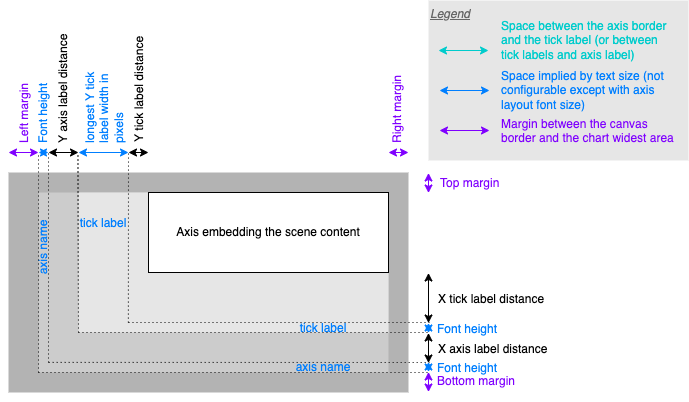
Above: jzy3d-core/src/main/java/org/jzy3d/plot3d/rendering/view/doc-files/layout2D.png in jzy3d/jzy3d-api (draw.io), before the change. Source tidied: cells renumbered, new cells last; positions are measured from the earlier drawing's top-left corner, leaving out a move shared by most shapes. The source it was exported from:
```xml
<mxGraphModel>
  <root>
    <mxCell id="0" />
    <mxCell id="1" parent="0" />
    <mxCell id="2" style="rounded=0;whiteSpace=wrap;html=1;fillColor=#B3B3B3;strokeColor=none;" parent="1" vertex="1">
      <mxGeometry x="19" y="172" width="400" height="220" as="geometry" />
    </mxCell>
    <mxCell id="3" style="rounded=0;whiteSpace=wrap;html=1;fillColor=#CCCCCC;strokeColor=none;" parent="1" vertex="1">
      <mxGeometry x="49" y="192" width="350" height="180" as="geometry" />
    </mxCell>
    <mxCell id="4" style="rounded=0;whiteSpace=wrap;html=1;fillColor=#E6E6E6;strokeColor=none;" parent="1" vertex="1">
      <mxGeometry x="89" y="192" width="310" height="140" as="geometry" />
    </mxCell>
    <mxCell id="5" value="Axis embedding the scene content" style="rounded=0;whiteSpace=wrap;html=1;" parent="1" vertex="1">
      <mxGeometry x="159" y="192" width="240" height="80" as="geometry" />
    </mxCell>
    <mxCell id="6" value="tick label" style="text;html=1;strokeColor=none;fillColor=none;align=center;verticalAlign=middle;whiteSpace=wrap;rounded=0;fontColor=#007FFF;" parent="1" vertex="1">
      <mxGeometry x="304" y="318" width="60" height="20" as="geometry" />
    </mxCell>
    <mxCell id="7" style="endArrow=classic;startArrow=classic;html=1;rounded=0;" parent="1" edge="1">
      <mxGeometry relative="1" as="geometry">
        <mxPoint x="439" y="322.5" as="sourcePoint" />
        <mxPoint x="439" y="272.5" as="targetPoint" />
      </mxGeometry>
    </mxCell>
    <mxCell id="8" style="endArrow=classic;startArrow=classic;html=1;rounded=0;fontColor=#808080;strokeColor=#007FFF;fillColor=#007FFF;" parent="1" edge="1">
      <mxGeometry relative="1" as="geometry">
        <mxPoint x="439" y="332.5" as="sourcePoint" />
        <mxPoint x="439" y="322.5" as="targetPoint" />
      </mxGeometry>
    </mxCell>
    <mxCell id="9" value="X tick label distance" style="text;html=1;strokeColor=none;fillColor=none;align=left;verticalAlign=middle;whiteSpace=wrap;rounded=0;" parent="1" vertex="1">
      <mxGeometry x="447" y="288.5" width="110" height="20" as="geometry" />
    </mxCell>
    <mxCell id="10" value="Font height" style="text;html=1;strokeColor=none;fillColor=none;align=left;verticalAlign=middle;whiteSpace=wrap;rounded=0;fontColor=#007FFF;" parent="1" vertex="1">
      <mxGeometry x="446" y="318.5" width="70" height="20" as="geometry" />
    </mxCell>
    <mxCell id="11" style="endArrow=classic;startArrow=classic;html=1;rounded=0;" parent="1" edge="1">
      <mxGeometry relative="1" as="geometry">
        <mxPoint x="139" y="152" as="sourcePoint" />
        <mxPoint x="159" y="152" as="targetPoint" />
      </mxGeometry>
    </mxCell>
    <mxCell id="12" style="endArrow=classic;startArrow=classic;html=1;rounded=0;strokeColor=#007FFF;fillColor=#007FFF;" parent="1" edge="1">
      <mxGeometry relative="1" as="geometry">
        <mxPoint x="89" y="152" as="sourcePoint" />
        <mxPoint x="139" y="152" as="targetPoint" />
      </mxGeometry>
    </mxCell>
    <mxCell id="13" value="longest Y tick label width in pixels" style="text;html=1;strokeColor=none;fillColor=none;align=left;verticalAlign=middle;whiteSpace=wrap;rounded=0;fontColor=#007FFF;fontSize=12;rotation=-90;" parent="1" vertex="1">
      <mxGeometry x="67" y="78" width="96" height="38" as="geometry" />
    </mxCell>
    <mxCell id="14" value="Y tick label distance" style="text;html=1;strokeColor=none;fillColor=none;align=left;verticalAlign=middle;whiteSpace=wrap;rounded=0;rotation=-90;" parent="1" vertex="1">
      <mxGeometry x="95" y="79" width="110" height="20" as="geometry" />
    </mxCell>
    <mxCell id="15" style="endArrow=classic;startArrow=classic;html=1;rounded=0;strokeColor=#7F00FF;" parent="1" edge="1">
      <mxGeometry relative="1" as="geometry">
        <mxPoint x="439" y="192.5" as="sourcePoint" />
        <mxPoint x="439" y="172.5" as="targetPoint" />
      </mxGeometry>
    </mxCell>
    <mxCell id="16" value="Top margin" style="text;html=1;strokeColor=none;fillColor=none;align=left;verticalAlign=middle;whiteSpace=wrap;rounded=0;fontColor=#7F00FF;" parent="1" vertex="1">
      <mxGeometry x="449" y="172.5" width="110" height="20" as="geometry" />
    </mxCell>
    <mxCell id="17" style="endArrow=classic;startArrow=classic;html=1;rounded=0;strokeColor=#7F00FF;" parent="1" edge="1">
      <mxGeometry relative="1" as="geometry">
        <mxPoint x="439" y="391.5" as="sourcePoint" />
        <mxPoint x="439" y="371.5" as="targetPoint" />
      </mxGeometry>
    </mxCell>
    <mxCell id="18" value="Bottom margin" style="text;html=1;strokeColor=none;fillColor=none;align=left;verticalAlign=middle;whiteSpace=wrap;rounded=0;fontColor=#7F00FF;" parent="1" vertex="1">
      <mxGeometry x="446" y="375.5" width="98" height="11" as="geometry" />
    </mxCell>
    <mxCell id="19" style="endArrow=classic;startArrow=classic;html=1;rounded=0;strokeColor=#7F00FF;" parent="1" edge="1">
      <mxGeometry relative="1" as="geometry">
        <mxPoint x="399" y="152" as="sourcePoint" />
        <mxPoint x="419" y="152" as="targetPoint" />
      </mxGeometry>
    </mxCell>
    <mxCell id="20" style="endArrow=classic;startArrow=classic;html=1;rounded=0;strokeColor=#7F00FF;" parent="1" edge="1">
      <mxGeometry relative="1" as="geometry">
        <mxPoint x="19" y="152" as="sourcePoint" />
        <mxPoint x="49" y="152" as="targetPoint" />
      </mxGeometry>
    </mxCell>
    <mxCell id="21" value="Right margin" style="text;html=1;strokeColor=none;fillColor=none;align=left;verticalAlign=middle;whiteSpace=wrap;rounded=0;fontColor=#7F00FF;rotation=-90;" parent="1" vertex="1">
      <mxGeometry x="353" y="80" width="110" height="20" as="geometry" />
    </mxCell>
    <mxCell id="22" value="Left margin" style="text;html=1;strokeColor=none;fillColor=none;align=left;verticalAlign=middle;whiteSpace=wrap;rounded=0;fontColor=#7F00FF;rotation=-90;" parent="1" vertex="1">
      <mxGeometry y="100" width="70" height="20" as="geometry" />
    </mxCell>
    <mxCell id="23" value="axis name" style="text;html=1;strokeColor=none;fillColor=none;align=center;verticalAlign=middle;whiteSpace=wrap;rounded=0;fontColor=#007FFF;" parent="1" vertex="1">
      <mxGeometry x="304" y="357" width="60" height="20" as="geometry" />
    </mxCell>
    <mxCell id="24" value="axis name" style="text;html=1;strokeColor=none;fillColor=none;align=center;verticalAlign=middle;whiteSpace=wrap;rounded=0;rotation=-90;fontColor=#007FFF;" parent="1" vertex="1">
      <mxGeometry x="24" y="237" width="60" height="20" as="geometry" />
    </mxCell>
    <mxCell id="25" style="endArrow=classic;startArrow=classic;html=1;rounded=0;strokeColor=#007FFF;fillColor=#007FFF;" parent="1" edge="1">
      <mxGeometry relative="1" as="geometry">
        <mxPoint x="49" y="152" as="sourcePoint" />
        <mxPoint x="59" y="152" as="targetPoint" />
      </mxGeometry>
    </mxCell>
    <mxCell id="26" style="endArrow=classic;startArrow=classic;html=1;rounded=0;" parent="1" edge="1">
      <mxGeometry relative="1" as="geometry">
        <mxPoint x="59" y="152" as="sourcePoint" />
        <mxPoint x="89" y="152" as="targetPoint" />
      </mxGeometry>
    </mxCell>
    <mxCell id="27" value="Font height" style="text;html=1;strokeColor=none;fillColor=none;align=left;verticalAlign=middle;whiteSpace=wrap;rounded=0;fontColor=#007FFF;" parent="1" vertex="1">
      <mxGeometry x="446" y="357.5" width="70" height="20" as="geometry" />
    </mxCell>
    <mxCell id="28" style="endArrow=classic;startArrow=classic;html=1;rounded=0;fontColor=#808080;strokeColor=#007FFF;fillColor=#007FFF;" parent="1" edge="1">
      <mxGeometry relative="1" as="geometry">
        <mxPoint x="439" y="371.5" as="sourcePoint" />
        <mxPoint x="439" y="361.5" as="targetPoint" />
      </mxGeometry>
    </mxCell>
    <mxCell id="29" value="Y axis label distance" style="text;html=1;strokeColor=none;fillColor=none;align=left;verticalAlign=middle;whiteSpace=wrap;rounded=0;rotation=-90;" parent="1" vertex="1">
      <mxGeometry x="9" y="70" width="130" height="20" as="geometry" />
    </mxCell>
    <mxCell id="30" value="Font height" style="text;html=1;strokeColor=none;fillColor=none;align=left;verticalAlign=middle;whiteSpace=wrap;rounded=0;fontColor=#007FFF;rotation=-90;" parent="1" vertex="1">
      <mxGeometry x="19" y="105" width="70" height="10" as="geometry" />
    </mxCell>
    <mxCell id="31" value="X axis label distance" style="text;html=1;strokeColor=none;fillColor=none;align=left;verticalAlign=middle;whiteSpace=wrap;rounded=0;rotation=0;" parent="1" vertex="1">
      <mxGeometry x="447" y="338.5" width="130" height="20" as="geometry" />
    </mxCell>
    <mxCell id="32" style="endArrow=classic;startArrow=classic;html=1;rounded=0;" parent="1" edge="1">
      <mxGeometry relative="1" as="geometry">
        <mxPoint x="439" y="362.5" as="sourcePoint" />
        <mxPoint x="439" y="332.5" as="targetPoint" />
      </mxGeometry>
    </mxCell>
    <mxCell id="33" value="tick label" style="text;html=1;strokeColor=none;fillColor=none;align=center;verticalAlign=middle;whiteSpace=wrap;rounded=0;fontColor=#007FFF;" parent="1" vertex="1">
      <mxGeometry x="84" y="213" width="60" height="20" as="geometry" />
    </mxCell>
    <mxCell id="34" style="endArrow=none;dashed=1;html=1;dashPattern=1 3;strokeWidth=1;rounded=0;fontSize=12;fontColor=#007FFF;fillColor=#007FFF;exitX=0.161;exitY=0.929;exitDx=0;exitDy=0;exitPerimeter=0;" parent="1" edge="1" source="4">
      <mxGeometry relative="1" as="geometry">
        <mxPoint x="139" y="152" as="targetPoint" />
      </mxGeometry>
    </mxCell>
    <mxCell id="35" style="endArrow=none;dashed=1;html=1;dashPattern=1 3;strokeWidth=1;rounded=0;fontSize=12;fontColor=#007FFF;fillColor=#007FFF;" parent="1" edge="1">
      <mxGeometry relative="1" as="geometry">
        <mxPoint x="139" y="322" as="sourcePoint" />
        <mxPoint x="439.9" y="322" as="targetPoint" />
      </mxGeometry>
    </mxCell>
    <mxCell id="36" style="endArrow=none;dashed=1;html=1;dashPattern=1 3;strokeWidth=1;rounded=0;fontSize=12;fontColor=#007FFF;fillColor=#007FFF;exitX=0.029;exitY=0.944;exitDx=0;exitDy=0;exitPerimeter=0;" parent="1" edge="1" source="3">
      <mxGeometry relative="1" as="geometry">
        <mxPoint x="439.9" y="362" as="targetPoint" />
      </mxGeometry>
    </mxCell>
    <mxCell id="37" style="endArrow=none;dashed=1;html=1;dashPattern=1 3;strokeWidth=1;rounded=0;fontSize=12;fontColor=#007FFF;fillColor=#007FFF;" parent="1" edge="1">
      <mxGeometry relative="1" as="geometry">
        <mxPoint x="59" y="362" as="sourcePoint" />
        <mxPoint x="59" y="152" as="targetPoint" />
      </mxGeometry>
    </mxCell>
    <mxCell id="38" style="endArrow=none;dashed=1;html=1;dashPattern=1 3;strokeWidth=1;rounded=0;fontSize=12;fontColor=#007FFF;fillColor=#007FFF;exitX=0;exitY=1;exitDx=0;exitDy=0;" parent="1" edge="1" source="3">
      <mxGeometry relative="1" as="geometry">
        <mxPoint x="49" y="152" as="targetPoint" />
      </mxGeometry>
    </mxCell>
    <mxCell id="39" style="endArrow=none;dashed=1;html=1;dashPattern=1 3;strokeWidth=1;rounded=0;fontSize=12;fontColor=#007FFF;fillColor=#007FFF;exitX=0;exitY=1;exitDx=0;exitDy=0;" parent="1" edge="1" source="3">
      <mxGeometry relative="1" as="geometry">
        <mxPoint x="438.9" y="372" as="targetPoint" />
      </mxGeometry>
    </mxCell>
    <mxCell id="40" style="endArrow=none;dashed=1;html=1;dashPattern=1 3;strokeWidth=1;rounded=0;fontSize=12;fontColor=#007FFF;fillColor=#007FFF;exitX=0;exitY=1;exitDx=0;exitDy=0;" parent="1" edge="1" source="4">
      <mxGeometry relative="1" as="geometry">
        <mxPoint x="88.4" y="152" as="targetPoint" />
      </mxGeometry>
    </mxCell>
    <mxCell id="41" style="endArrow=none;dashed=1;html=1;dashPattern=1 3;strokeWidth=1;rounded=0;fontSize=12;fontColor=#007FFF;fillColor=#007FFF;exitX=0;exitY=1;exitDx=0;exitDy=0;" parent="1" edge="1" source="4">
      <mxGeometry relative="1" as="geometry">
        <mxPoint x="439.9" y="332" as="targetPoint" />
      </mxGeometry>
    </mxCell>
    <mxCell id="42" style="group;" parent="1" vertex="1">
      <mxGeometry x="439" width="260" height="160" as="geometry" />
    </mxCell>
    <mxCell id="43" value="Legend" style="rounded=0;whiteSpace=wrap;html=1;dashed=1;fontSize=12;fontColor=#666666;strokeColor=none;fillColor=#E6E6E6;align=left;verticalAlign=top;fontStyle=6;" parent="42" vertex="1">
      <mxGeometry width="260" height="160" as="geometry" />
    </mxCell>
    <mxCell id="44" style="endArrow=classic;startArrow=classic;html=1;rounded=0;strokeColor=#007FFF;fillColor=#007FFF;" parent="42" edge="1">
      <mxGeometry relative="1" as="geometry">
        <mxPoint x="11" y="90" as="sourcePoint" />
        <mxPoint x="61" y="90" as="targetPoint" />
      </mxGeometry>
    </mxCell>
    <mxCell id="45" value="Space implied by text size (not configurable except with axis layout font size)" style="text;html=1;strokeColor=none;fillColor=none;align=left;verticalAlign=middle;whiteSpace=wrap;rounded=0;fontColor=#007FFF;" parent="42" vertex="1">
      <mxGeometry x="71" y="70" width="180" height="40" as="geometry" />
    </mxCell>
    <mxCell id="46" style="endArrow=classic;startArrow=classic;html=1;rounded=0;strokeColor=#7F00FF;fillColor=#007FFF;fontColor=#7F00FF;" parent="42" edge="1">
      <mxGeometry relative="1" as="geometry">
        <mxPoint x="11" y="130" as="sourcePoint" />
        <mxPoint x="61" y="130" as="targetPoint" />
      </mxGeometry>
    </mxCell>
    <mxCell id="47" value="Margin between the canvas border and the chart widest area" style="text;html=1;strokeColor=none;fillColor=none;align=left;verticalAlign=top;whiteSpace=wrap;rounded=0;fontColor=#7F00FF;" parent="42" vertex="1">
      <mxGeometry x="71" y="110" width="180" height="40" as="geometry" />
    </mxCell>
    <mxCell id="48" style="endArrow=classic;startArrow=classic;html=1;rounded=0;strokeColor=#00CCCC;fillColor=#007FFF;" parent="42" edge="1">
      <mxGeometry relative="1" as="geometry">
        <mxPoint x="10" y="50" as="sourcePoint" />
        <mxPoint x="60" y="50" as="targetPoint" />
      </mxGeometry>
    </mxCell>
    <mxCell id="49" value="Space between the axis border and the tick label (or between tick labels and axis label)" style="text;html=1;strokeColor=none;fillColor=none;align=left;verticalAlign=middle;whiteSpace=wrap;rounded=0;fontColor=#00CCCC;" parent="42" vertex="1">
      <mxGeometry x="71" y="20" width="180" height="40" as="geometry" />
    </mxCell>
  </root>
</mxGraphModel>
```
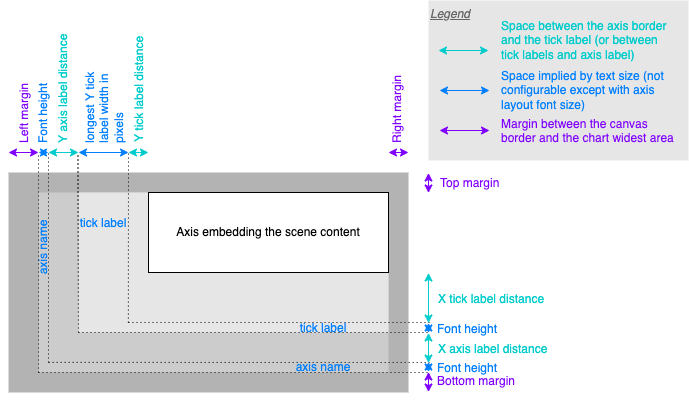
After the commit.

What changed in the source:
```diff
@@ -17,7 +17,7 @@
     <mxCell id="6" value="tick label" style="text;html=1;strokeColor=none;fillColor=none;align=center;verticalAlign=middle;whiteSpace=wrap;rounded=0;fontColor=#007FFF;" parent="1" vertex="1">
       <mxGeometry x="304" y="318" width="60" height="20" as="geometry" />
     </mxCell>
-    <mxCell id="7" style="endArrow=classic;startArrow=classic;html=1;rounded=0;" parent="1" edge="1">
+    <mxCell id="7" style="endArrow=classic;startArrow=classic;html=1;rounded=0;strokeColor=#00CCCC;" parent="1" edge="1">
       <mxGeometry relative="1" as="geometry">
         <mxPoint x="439" y="322.5" as="sourcePoint" />
         <mxPoint x="439" y="272.5" as="targetPoint" />
@@ -29,13 +29,13 @@
         <mxPoint x="439" y="322.5" as="targetPoint" />
       </mxGeometry>
     </mxCell>
-    <mxCell id="9" value="X tick label distance" style="text;html=1;strokeColor=none;fillColor=none;align=left;verticalAlign=middle;whiteSpace=wrap;rounded=0;" parent="1" vertex="1">
+    <mxCell id="9" value="X tick label distance" style="text;html=1;strokeColor=none;fillColor=none;align=left;verticalAlign=middle;whiteSpace=wrap;rounded=0;fontColor=#00CCCC;" parent="1" vertex="1">
       <mxGeometry x="447" y="288.5" width="110" height="20" as="geometry" />
     </mxCell>
     <mxCell id="10" value="Font height" style="text;html=1;strokeColor=none;fillColor=none;align=left;verticalAlign=middle;whiteSpace=wrap;rounded=0;fontColor=#007FFF;" parent="1" vertex="1">
       <mxGeometry x="446" y="318.5" width="70" height="20" as="geometry" />
     </mxCell>
-    <mxCell id="11" style="endArrow=classic;startArrow=classic;html=1;rounded=0;" parent="1" edge="1">
+    <mxCell id="11" style="endArrow=classic;startArrow=classic;html=1;rounded=0;fontColor=#00CCCC;strokeColor=#00CCCC;" parent="1" edge="1">
       <mxGeometry relative="1" as="geometry">
         <mxPoint x="139" y="152" as="sourcePoint" />
         <mxPoint x="159" y="152" as="targetPoint" />
@@ -50,7 +50,7 @@
     <mxCell id="13" value="longest Y tick label width in pixels" style="text;html=1;strokeColor=none;fillColor=none;align=left;verticalAlign=middle;whiteSpace=wrap;rounded=0;fontColor=#007FFF;fontSize=12;rotation=-90;" parent="1" vertex="1">
       <mxGeometry x="67" y="78" width="96" height="38" as="geometry" />
     </mxCell>
-    <mxCell id="14" value="Y tick label distance" style="text;html=1;strokeColor=none;fillColor=none;align=left;verticalAlign=middle;whiteSpace=wrap;rounded=0;rotation=-90;" parent="1" vertex="1">
+    <mxCell id="14" value="Y tick label distance" style="text;html=1;strokeColor=none;fillColor=none;align=left;verticalAlign=middle;whiteSpace=wrap;rounded=0;rotation=-90;fontColor=#00CCCC;" parent="1" vertex="1">
       <mxGeometry x="95" y="79" width="110" height="20" as="geometry" />
     </mxCell>
     <mxCell id="15" style="endArrow=classic;startArrow=classic;html=1;rounded=0;strokeColor=#7F00FF;" parent="1" edge="1">
@@ -101,7 +101,7 @@
         <mxPoint x="59" y="152" as="targetPoint" />
       </mxGeometry>
     </mxCell>
-    <mxCell id="26" style="endArrow=classic;startArrow=classic;html=1;rounded=0;" parent="1" edge="1">
+    <mxCell id="26" style="endArrow=classic;startArrow=classic;html=1;rounded=0;fontColor=#00CCCC;strokeColor=#00CCCC;" parent="1" edge="1">
       <mxGeometry relative="1" as="geometry">
         <mxPoint x="59" y="152" as="sourcePoint" />
         <mxPoint x="89" y="152" as="targetPoint" />
@@ -116,16 +116,16 @@
         <mxPoint x="439" y="361.5" as="targetPoint" />
       </mxGeometry>
     </mxCell>
-    <mxCell id="29" value="Y axis label distance" style="text;html=1;strokeColor=none;fillColor=none;align=left;verticalAlign=middle;whiteSpace=wrap;rounded=0;rotation=-90;" parent="1" vertex="1">
+    <mxCell id="29" value="Y axis label distance" style="text;html=1;strokeColor=none;fillColor=none;align=left;verticalAlign=middle;whiteSpace=wrap;rounded=0;rotation=-90;fontColor=#00CCCC;" parent="1" vertex="1">
       <mxGeometry x="9" y="70" width="130" height="20" as="geometry" />
     </mxCell>
     <mxCell id="30" value="Font height" style="text;html=1;strokeColor=none;fillColor=none;align=left;verticalAlign=middle;whiteSpace=wrap;rounded=0;fontColor=#007FFF;rotation=-90;" parent="1" vertex="1">
       <mxGeometry x="19" y="105" width="70" height="10" as="geometry" />
     </mxCell>
-    <mxCell id="31" value="X axis label distance" style="text;html=1;strokeColor=none;fillColor=none;align=left;verticalAlign=middle;whiteSpace=wrap;rounded=0;rotation=0;" parent="1" vertex="1">
+    <mxCell id="31" value="X axis label distance" style="text;html=1;strokeColor=none;fillColor=none;align=left;verticalAlign=middle;whiteSpace=wrap;rounded=0;rotation=0;fontColor=#00CCCC;" parent="1" vertex="1">
       <mxGeometry x="447" y="338.5" width="130" height="20" as="geometry" />
     </mxCell>
-    <mxCell id="32" style="endArrow=classic;startArrow=classic;html=1;rounded=0;" parent="1" edge="1">
+    <mxCell id="32" style="endArrow=classic;startArrow=classic;html=1;rounded=0;strokeColor=#00CCCC;" parent="1" edge="1">
       <mxGeometry relative="1" as="geometry">
         <mxPoint x="439" y="362.5" as="sourcePoint" />
         <mxPoint x="439" y="332.5" as="targetPoint" />
```
